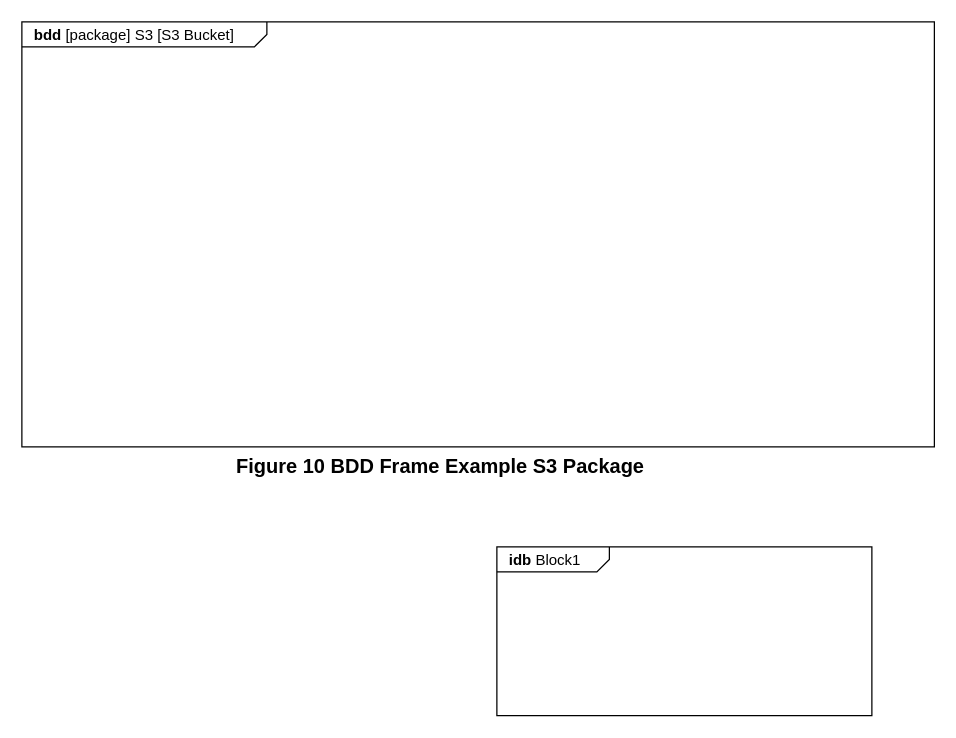
Earlier version of the draw.io diagram page "BDD Frame" (1 of 6) of SysML Lessons/Lesson Views and SVGs/5_BDDs_Blocks&Properties.drawio (JeffreyWerth/AWS-Architecture-Model-Repository). Source tidied: cells renumbered, new cells numbered last; positions are measured from the earlier drawing's top-left corner, leaving out a move shared by most shapes. Both pictures are drawn from the tidied source at 125%, with x=0, y=0 at pixel (21, 21).
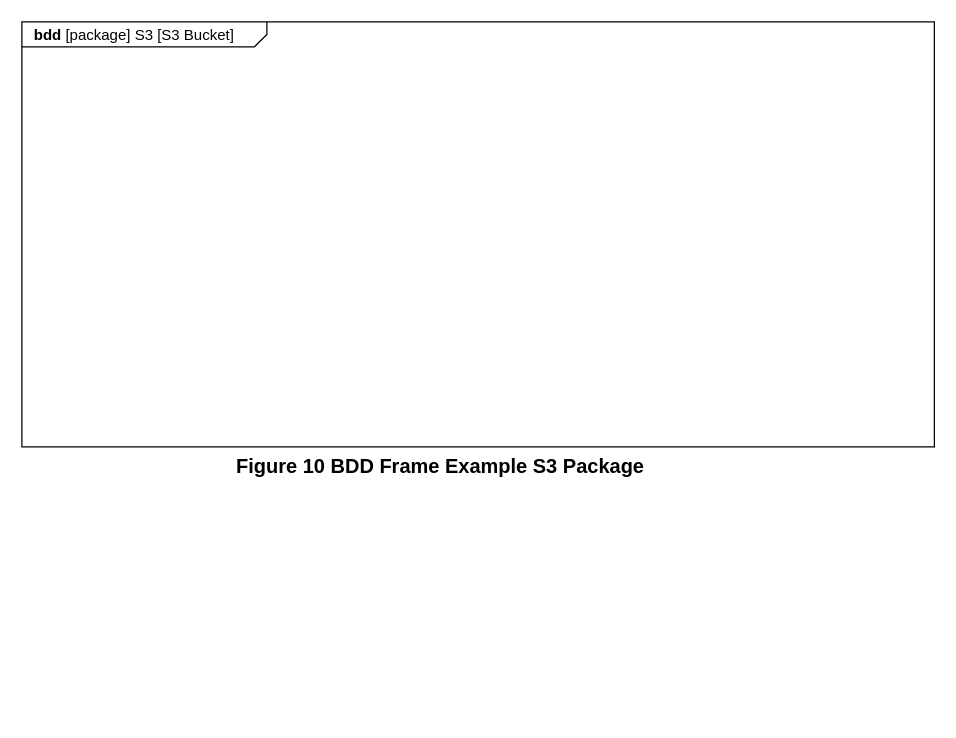
The same diagram, later.

The edit, as a diff of the source:
```diff
@@
 <mxGraphModel>
   <root>
     <mxCell id="0" />
     <mxCell id="1" parent="0" />
     <mxCell id="2" value="&lt;p style=&quot;margin: 0px ; margin-top: 4px ; margin-left: 10px ; text-align: left&quot;&gt;&lt;b&gt;bdd&lt;/b&gt; [package] S3 [S3 Bucket]&lt;/p&gt;" style="html=1;strokeWidth=1;shape=mxgraph.sysml.package;html=1;overflow=fill;whiteSpace=wrap;fillColor=none;gradientColor=none;fontSize=12;align=center;labelX=196;" parent="1" vertex="1">
       <mxGeometry width="730" height="340" as="geometry" />
     </mxCell>
     <mxCell id="3" value="&lt;font style=&quot;font-size: 16px;&quot;&gt;Figure 10 BDD Frame Example S3 Package&lt;/font&gt;" style="text;html=1;strokeColor=none;fillColor=none;align=center;verticalAlign=middle;whiteSpace=wrap;rounded=0;fontStyle=1;fontSize=16;" parent="1" vertex="1">
       <mxGeometry x="170" y="340" width="330" height="30" as="geometry" />
     </mxCell>
-    <mxCell id="4" value="&lt;p style=&quot;margin:0px;margin-top:4px;margin-left:10px;text-align:left;&quot;&gt;&lt;b&gt;idb&lt;/b&gt;   Block1&lt;/p&gt;" style="html=1;shape=mxgraph.sysml.package;html=1;overflow=fill;whiteSpace=wrap;" parent="1" vertex="1">
-      <mxGeometry x="380" y="420" width="300" height="135" as="geometry" />
-    </mxCell>
   </root>
 </mxGraphModel>
```
